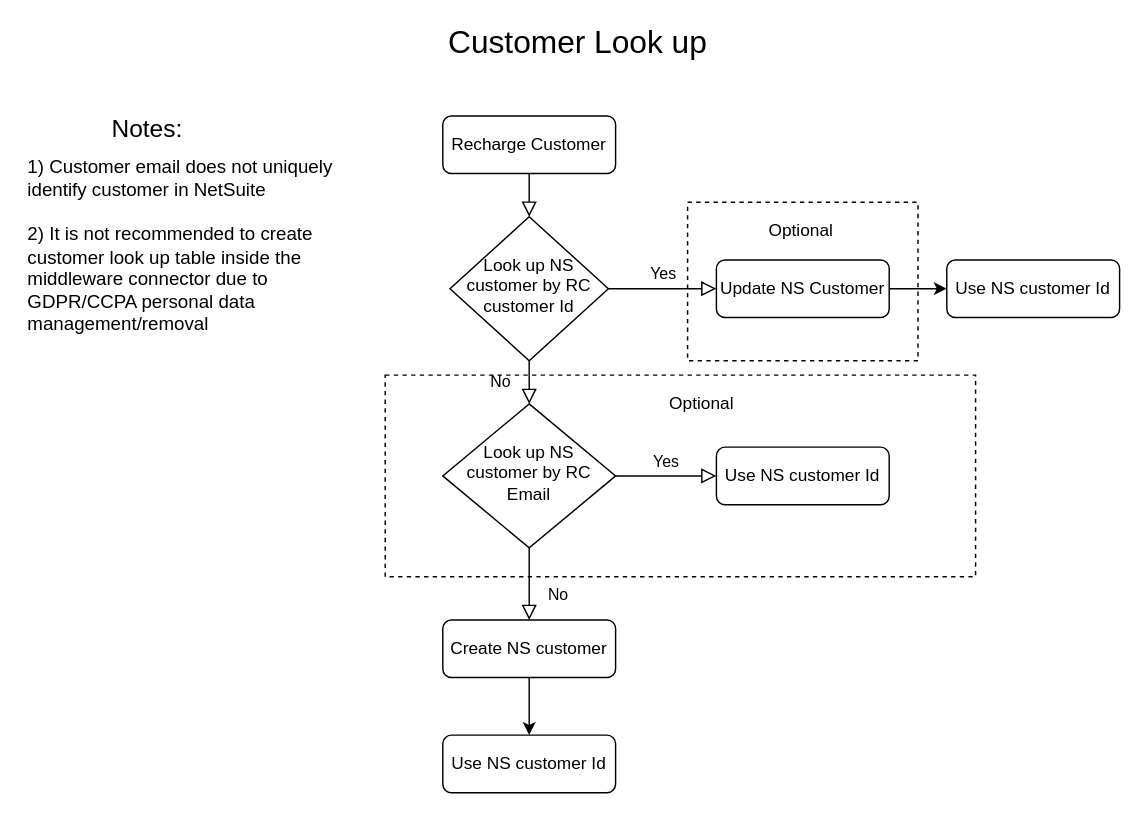
Before: Customer Look Up Flow.drawio in alexrsunrise/diagrams, a draw.io diagram. Source tidied: cells renumbered, new cells numbered last; positions are measured from the earlier drawing's top-left corner, leaving out a move shared by most shapes. Both pictures are drawn from the tidied source at 144%, with x=0, y=0 at pixel (24, 29).
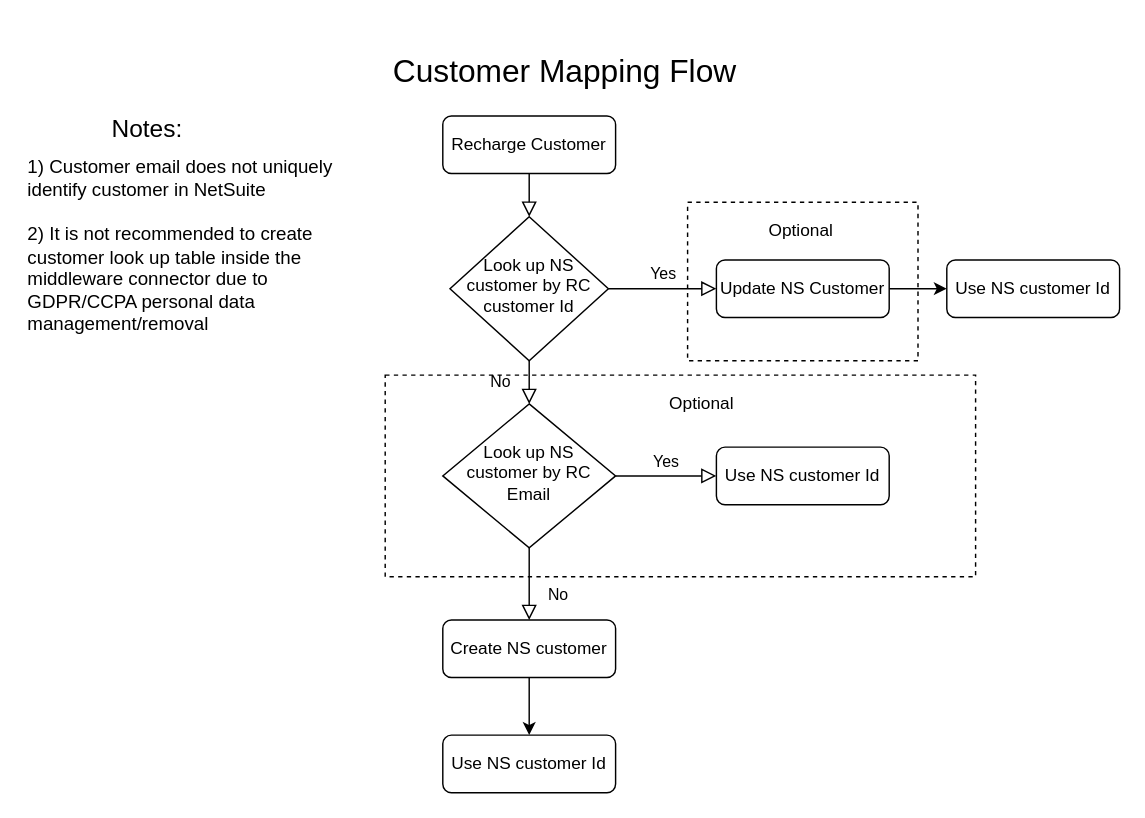
After the change.

The edit, as a diff of the source:
```diff
@@
-    <mxCell id="17" value="Customer Look up" style="text;html=1;strokeColor=none;fillColor=none;align=center;verticalAlign=middle;whiteSpace=wrap;rounded=0;fontSize=22;" parent="1" vertex="1">
-      <mxGeometry x="249" width="270" height="20" as="geometry" />
+    <mxCell id="17" value="Customer Mapping Flow" style="text;html=1;strokeColor=none;fillColor=none;align=center;verticalAlign=middle;whiteSpace=wrap;rounded=0;fontSize=22;" parent="1" vertex="1">
+      <mxGeometry x="240" y="20" width="270" height="20" as="geometry" />
     </mxCell>
```
